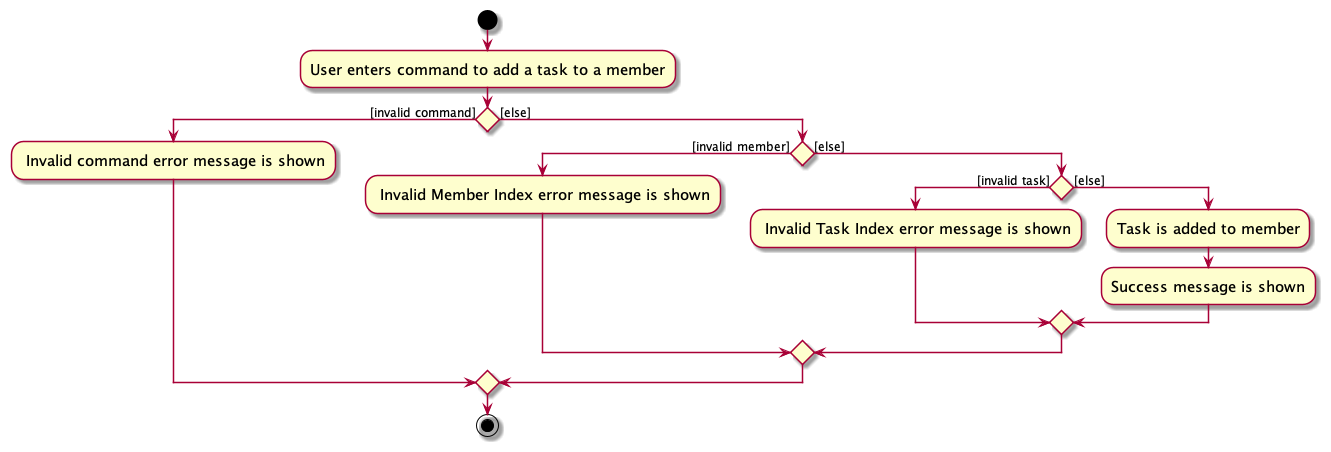
This is docs/images/AddMemberTaskCommandActivityDiagram.png from nus-cs2103-AY2324S1/tp, a PlantUML export, as it was before one commit.
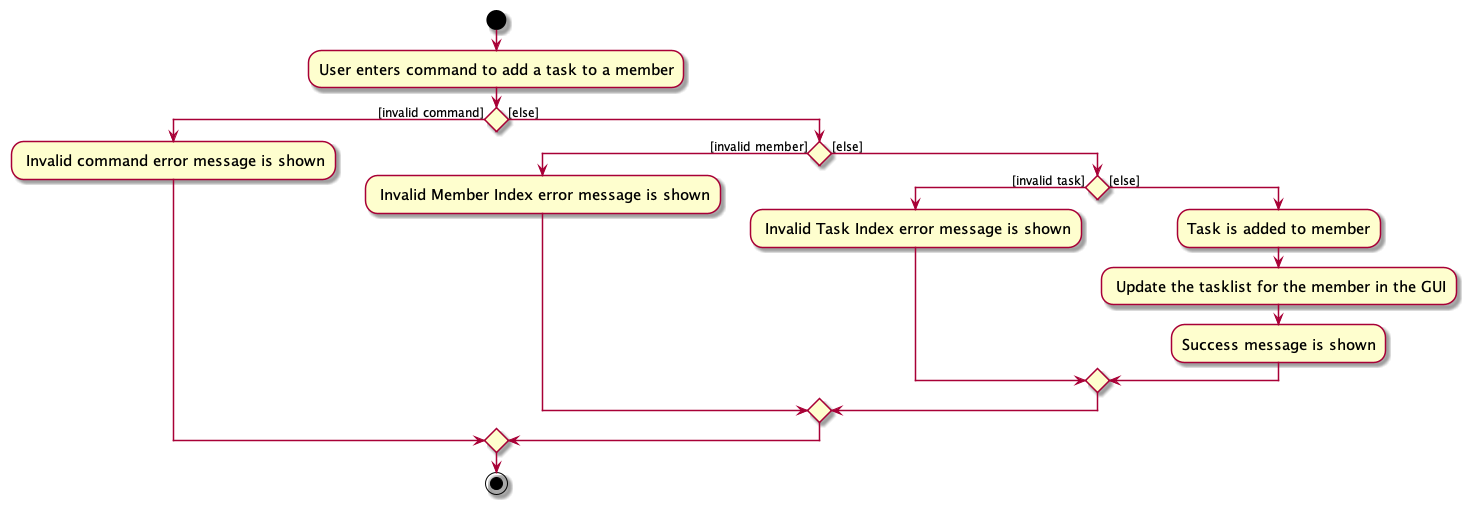
The same file after the commit.

Commit message:
Add Updates GUI to activity diagram

Change to the diagram source:
```diff
@@ -15,6 +15,7 @@
             : Invalid Task Index error message is shown;
         else ([else])
             :Task is added to member;
+            : Update the tasklist for the member in the GUI;
             :Success message is shown;
            endif
     endif
```
